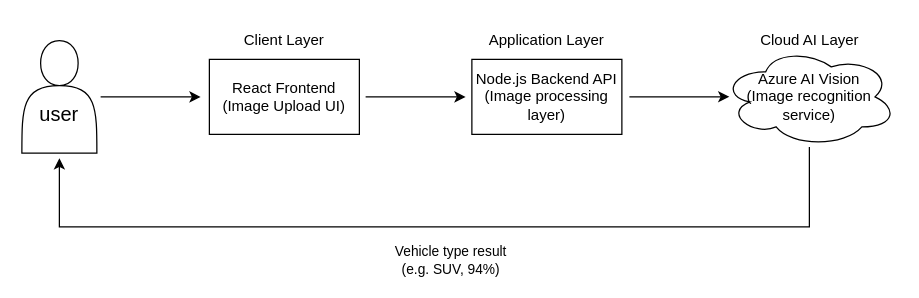
Above: architecture-diagram.drawio in MR-2026-FT-Feb-L5ADV/turners-car-insurance-ai (draw.io), before the change. Source tidied: cells renumbered, new cells numbered last; positions are measured from the earlier drawing's top-left corner, leaving out a move shared by most shapes. Both pictures are drawn from the tidied source at 125%, with x=0, y=0 at pixel (21, 21).
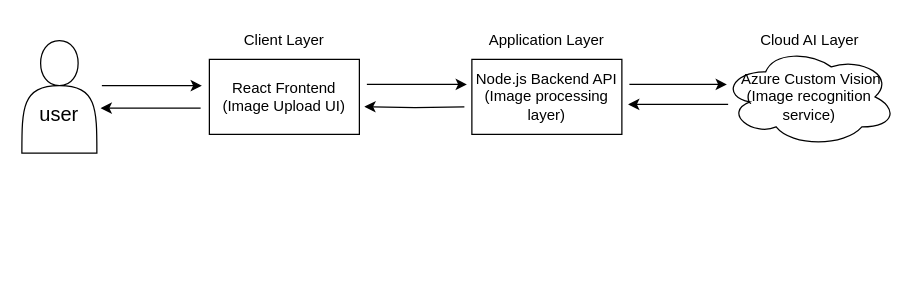
After the change.

Commit message (it also covers changes not shown here):
update architecture diagram and add corrected system flow screenshots

What changed in the source:
```diff
@@
     <mxCell id="3" style="edgeStyle=orthogonalEdgeStyle;rounded=0;orthogonalLoop=1;jettySize=auto;html=1;" parent="1" edge="1">
       <mxGeometry relative="1" as="geometry">
-        <mxPoint x="275" y="60" as="sourcePoint" />
-        <mxPoint x="355" y="60" as="targetPoint" />
+        <mxPoint x="276" y="50" as="sourcePoint" />
+        <mxPoint x="356" y="50" as="targetPoint" />
       </mxGeometry>
     </mxCell>
+    <mxCell id="14" style="edgeStyle=orthogonalEdgeStyle;rounded=0;orthogonalLoop=1;jettySize=auto;html=1;" parent="1" edge="1">
+      <mxGeometry relative="1" as="geometry">
+        <mxPoint x="143" y="69" as="sourcePoint" />
+        <mxPoint x="63" y="69" as="targetPoint" />
+      </mxGeometry>
+    </mxCell>
@@
+    <mxCell id="15" style="edgeStyle=orthogonalEdgeStyle;rounded=0;orthogonalLoop=1;jettySize=auto;html=1;" parent="1" edge="1">
+      <mxGeometry relative="1" as="geometry">
+        <mxPoint x="354" y="68" as="sourcePoint" />
+        <mxPoint x="274" y="67.8" as="targetPoint" />
+      </mxGeometry>
+    </mxCell>
@@
-    <mxCell id="6" style="edgeStyle=orthogonalEdgeStyle;rounded=0;jettySize=auto;html=1;entryX=0.5;entryY=1;entryDx=0;entryDy=0;" parent="1" edge="1" source="8">
-      <mxGeometry relative="1" as="geometry">
-        <mxPoint x="30" y="109" as="targetPoint" />
-        <Array as="points">
-          <mxPoint x="630" y="164" />
-          <mxPoint x="30" y="164" />
-        </Array>
-      </mxGeometry>
-    </mxCell>
-    <mxCell id="7" value="Vehicle type result&lt;br&gt;(e.g. SUV, 94%)" style="edgeLabel;html=1;align=center;verticalAlign=middle;" parent="6" vertex="1">
-      <mxGeometry x="0.05" y="1" relative="1" as="geometry">
-        <mxPoint x="25" y="25" as="offset" />
-      </mxGeometry>
-    </mxCell>
+    <mxCell id="16" style="edgeStyle=orthogonalEdgeStyle;rounded=0;orthogonalLoop=1;jettySize=auto;html=1;entryX=1;entryY=0.5;entryDx=0;entryDy=0;" parent="1" edge="1">
+      <mxGeometry relative="1" as="geometry">
+        <mxPoint x="565" y="66" as="sourcePoint" />
+        <mxPoint x="485" y="66" as="targetPoint" />
+      </mxGeometry>
+    </mxCell>
-    <mxCell id="8" value="Azure AI Vision&lt;br&gt;(Image recognition service)" style="ellipse;shape=cloud;whiteSpace=wrap;html=1;" parent="1" vertex="1">
+    <mxCell id="8" value="&amp;nbsp;Azure Custom Vision&lt;br&gt;(Image recognition service)" style="ellipse;shape=cloud;whiteSpace=wrap;html=1;" parent="1" vertex="1">
       <mxGeometry x="560" y="20" width="140" height="80" as="geometry" />
     </mxCell>
     <mxCell id="9" style="edgeStyle=orthogonalEdgeStyle;rounded=0;orthogonalLoop=1;jettySize=auto;html=1;" parent="1" edge="1">
       <mxGeometry relative="1" as="geometry">
-        <mxPoint x="63" y="60" as="sourcePoint" />
-        <mxPoint x="143" y="60" as="targetPoint" />
+        <mxPoint x="64" y="51" as="sourcePoint" />
+        <mxPoint x="144" y="51" as="targetPoint" />
       </mxGeometry>
     </mxCell>
     <mxCell id="10" style="edgeStyle=orthogonalEdgeStyle;rounded=0;orthogonalLoop=1;jettySize=auto;html=1;" parent="1" edge="1">
       <mxGeometry relative="1" as="geometry">
-        <mxPoint x="486" y="59.9" as="sourcePoint" />
-        <mxPoint x="566" y="59.9" as="targetPoint" />
+        <mxPoint x="486" y="50" as="sourcePoint" />
+        <mxPoint x="564" y="50" as="targetPoint" />
       </mxGeometry>
     </mxCell>
```
